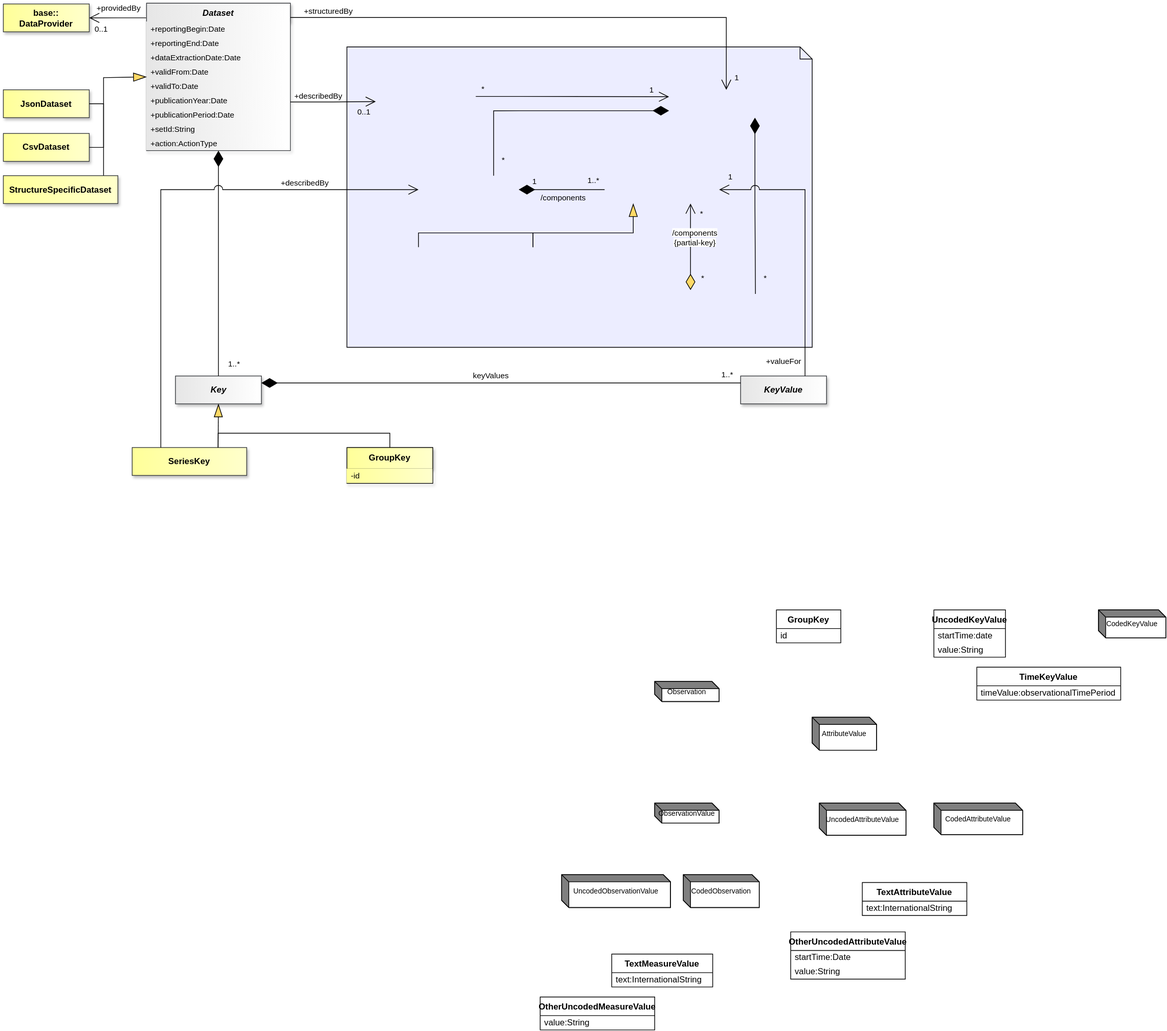
Above: docs/information_model/media/sdmx_dataset.svg in sdmx-twg/sdmx-im (draw.io), before the change. Source tidied: cells renumbered, new cells last; positions are measured from the earlier drawing's top-left corner, leaving out a move shared by most shapes.
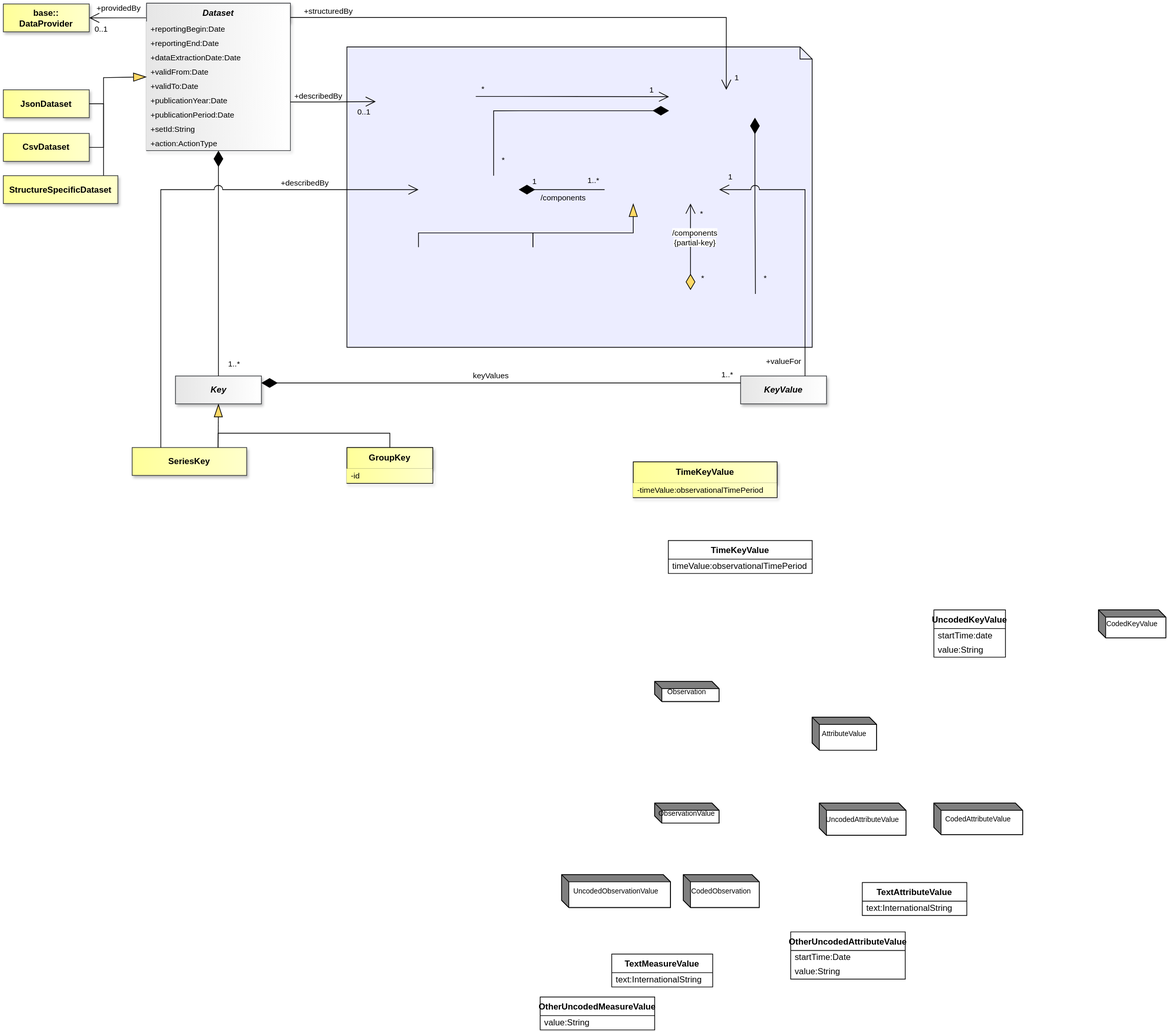
Above is the later version.

Diff of the diagram source:
```diff
@@ -32,12 +32,6 @@
     <mxCell id="11" value="UncodedObservationValue" style="shape=mxgraph.dfd.externalEntity;fontSize=10;" parent="1" vertex="1">
       <mxGeometry x="780" y="1218" width="152" height="46" as="geometry" />
     </mxCell>
-    <mxCell id="12" value="GroupKey" style="swimlane;fontStyle=1;align=center;verticalAlign=top;horizontal=1;startSize=26;whiteSpace=wrap;html=1;" parent="1" vertex="1">
-      <mxGeometry x="1080" y="848" width="90" height="46" as="geometry" />
-    </mxCell>
-    <mxCell id="13" value="id" style="text;strokeColor=none;fillColor=none;align=left;verticalAlign=middle;spacingLeft=4;spacingRight=4;overflow=hidden;whiteSpace=wrap;html=1;" parent="12" vertex="1">
-      <mxGeometry y="26" width="90" height="20" as="geometry" />
-    </mxCell>
     <mxCell id="14" value="Observation" style="shape=mxgraph.dfd.externalEntity;fontSize=10;" parent="1" vertex="1">
       <mxGeometry x="910" y="948" width="90" height="28" as="geometry" />
     </mxCell>
@@ -48,7 +42,7 @@
       <mxGeometry x="950" y="1218" width="106" height="46" as="geometry" />
     </mxCell>
     <mxCell id="17" value="TimeKeyValue" style="swimlane;fontStyle=1;align=center;verticalAlign=top;horizontal=1;startSize=26;whiteSpace=wrap;html=1;" parent="1" vertex="1">
-      <mxGeometry x="1360" y="928" width="201" height="46" as="geometry" />
+      <mxGeometry x="929" y="751" width="201" height="46" as="geometry" />
     </mxCell>
     <mxCell id="18" value="timeValue:observationalTimePeriod" style="text;strokeColor=none;fillColor=none;align=left;verticalAlign=middle;spacingLeft=4;spacingRight=4;overflow=hidden;whiteSpace=wrap;html=1;" parent="17" vertex="1">
       <mxGeometry y="26" width="201" height="20" as="geometry" />
@@ -77,9 +71,6 @@
     <mxCell id="26" style="endArrow=none;" parent="1" edge="1" source="4">
       <mxGeometry relative="1" as="geometry" />
     </mxCell>
-    <mxCell id="27" style="endArrow=none;" parent="1" edge="1" source="12">
-      <mxGeometry relative="1" as="geometry" />
-    </mxCell>
     <mxCell id="28" style="endArrow=none;" parent="1" edge="1" source="14">
       <mxGeometry relative="1" as="geometry" />
     </mxCell>
@@ -387,5 +378,11 @@
     <mxCell id="106" value="&lt;span&gt;+describedBy&lt;/span&gt;" style="endArrow=open;html=1;endSize=12;startArrow=none;startSize=20;startFill=0;edgeStyle=orthogonalEdgeStyle;rounded=0;endFill=0;strokeColor=light-dark(#000000,#FFFFFF);fontColor=light-dark(#000000,#FFFFFF);labelBackgroundColor=none;exitX=0.25;exitY=0;exitDx=0;exitDy=0;entryX=0;entryY=0.5;entryDx=0;entryDy=0;jumpStyle=arc;jumpSize=12;" parent="1" edge="1" source="101" target="66">
       <mxGeometry x="0.56" y="9" relative="1" as="geometry" />
     </mxCell>
+    <mxCell id="107" value="TimeKeyValue" style="swimlane;fontStyle=1;align=center;verticalAlign=middle;horizontal=1;startSize=30;whiteSpace=wrap;html=1;fillColor=light-dark(#FFFF99,#FFFF99);strokeColor=light-dark(#000000,#000000);gradientDirection=east;swimlaneLine=1;fontColor=light-dark(#000000,#000000);labelBackgroundColor=none;textShadow=0;gradientColor=light-dark(#FFFFCC,#FFFFCC);shadow=1;" parent="1" vertex="1">
+      <mxGeometry x="880" y="641" width="201" height="50" as="geometry" />
+    </mxCell>
+    <mxCell id="108" value="-timeValue:observationalTimePeriod" style="text;strokeColor=none;fillColor=light-dark(#FFFF99,#FFFF99);align=left;verticalAlign=middle;spacingLeft=4;spacingRight=4;overflow=hidden;whiteSpace=wrap;html=1;fontFamily=Helvetica;fontSize=11;fontColor=light-dark(#000000,#000000);gradientColor=light-dark(#FFFFCC,#FFFFCC);gradientDirection=east;" parent="107" vertex="1">
+      <mxGeometry y="30" width="201" height="20" as="geometry" />
+    </mxCell>
   </root>
 </mxGraphModel>
```
